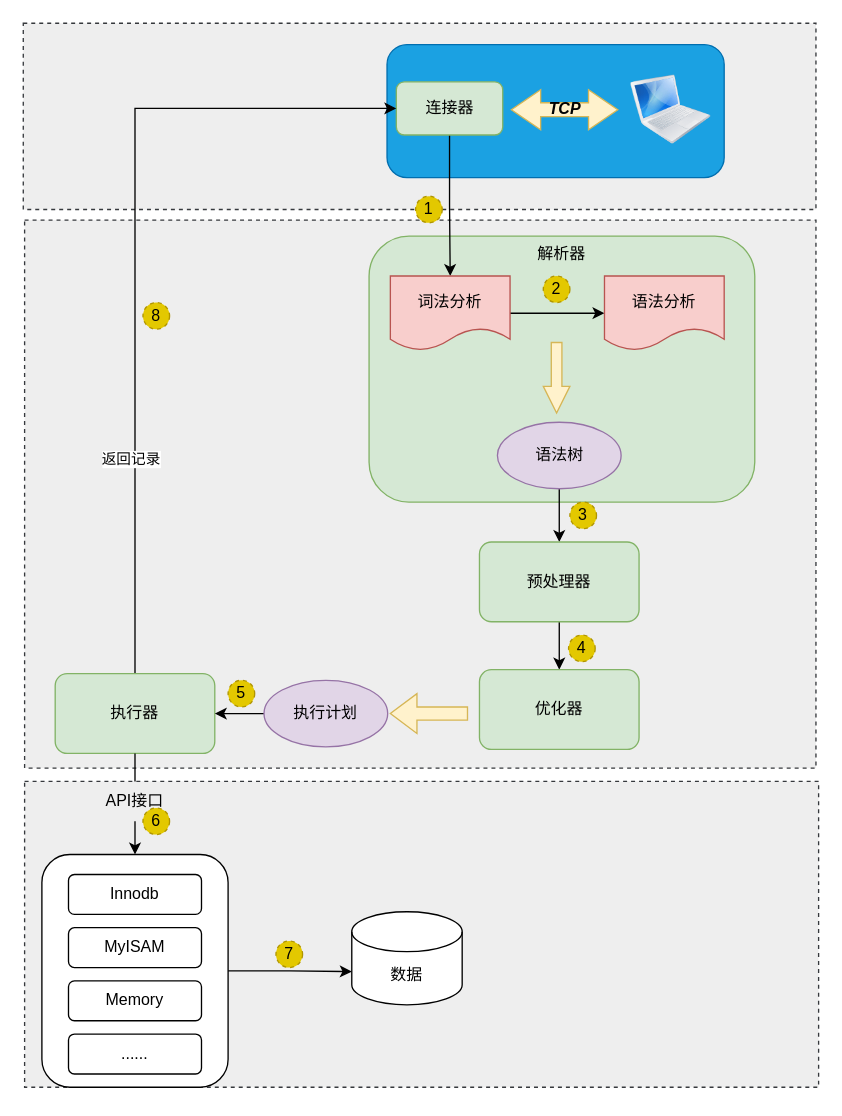
This is mysql内部架构.drawio from newbitwhite/draw-io, a draw.io file, before an edit. Source tidied: cells renumbered, new cells numbered last; positions are measured from the earlier drawing's top-left corner, leaving out a move shared by most shapes. Both pictures are drawn from the tidied source at 133%, with x=0, y=0 at pixel (23, 23).
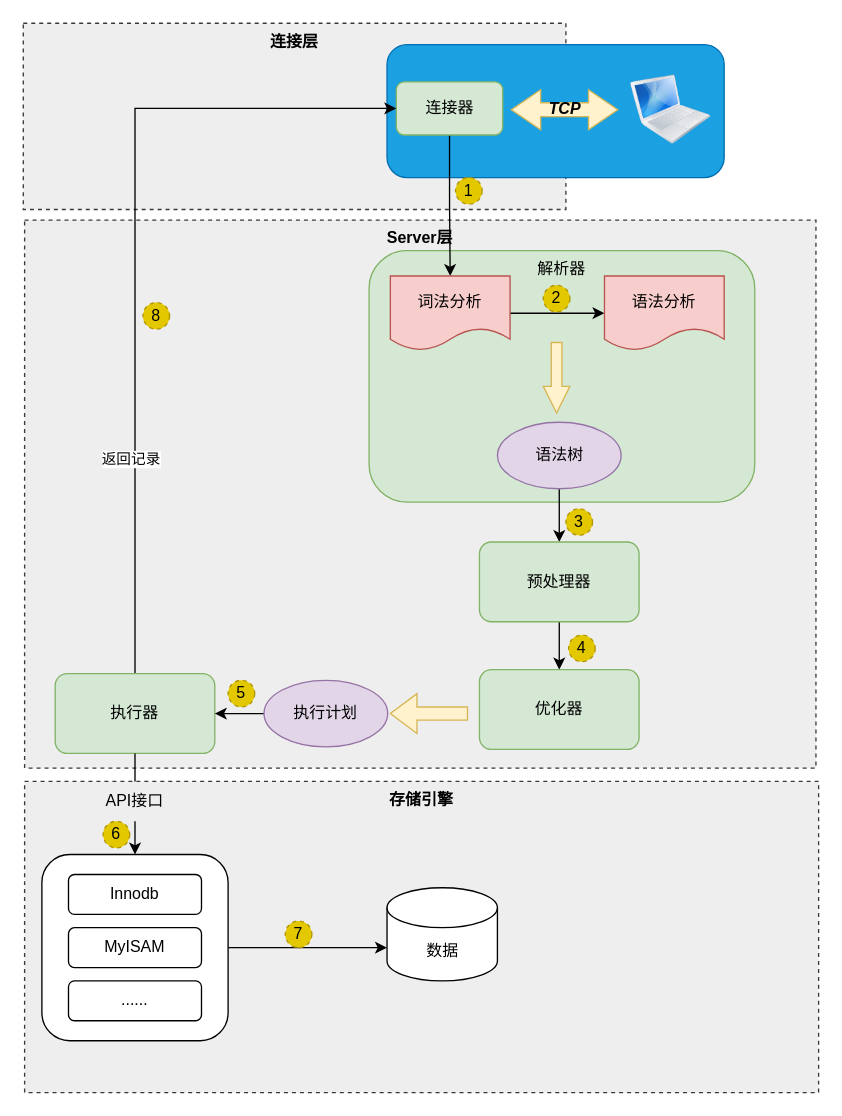
The same page after the edit.

Commit message (it also covers changes not shown here):
更新mysql内部架构.drawio

The edit, as a diff of the source:
```diff
@@
-    <mxCell id="2" style="rounded=0;whiteSpace=wrap;html=1;fillColor=#eeeeee;strokeColor=#36393d;dashed=1;" parent="1" vertex="1">
-      <mxGeometry width="596" height="140" as="geometry" />
+    <mxCell id="2" value="连接层" style="rounded=0;whiteSpace=wrap;html=1;fillColor=#eeeeee;strokeColor=#36393d;dashed=1;verticalAlign=top;fontStyle=1;" parent="1" vertex="1">
+      <mxGeometry width="408" height="140" as="geometry" />
     </mxCell>
-    <mxCell id="3" style="rounded=0;whiteSpace=wrap;html=1;fillColor=#eeeeee;strokeColor=#36393d;dashed=1;" parent="1" vertex="1">
+    <mxCell id="3" value="&lt;b style=&quot;border-color: var(--border-color);&quot;&gt;Server层&lt;/b&gt;" style="rounded=0;whiteSpace=wrap;html=1;fillColor=#eeeeee;strokeColor=#36393d;dashed=1;verticalAlign=top;" parent="1" vertex="1">
       <mxGeometry x="1" y="148" width="595" height="412" as="geometry" />
     </mxCell>
-    <mxCell id="4" style="rounded=0;whiteSpace=wrap;html=1;dashed=1;fillColor=#eeeeee;strokeColor=#36393d;" parent="1" vertex="1">
-      <mxGeometry x="1" y="570" width="597" height="230" as="geometry" />
+    <mxCell id="4" value="&lt;b&gt;存储引擎&lt;/b&gt;" style="rounded=0;whiteSpace=wrap;html=1;dashed=1;fillColor=#eeeeee;strokeColor=#36393d;verticalAlign=top;" parent="1" vertex="1">
+      <mxGeometry x="1" y="570" width="597" height="234" as="geometry" />
     </mxCell>
+    <mxCell id="8" value="解析器" style="rounded=1;whiteSpace=wrap;html=1;verticalAlign=top;fillColor=#d5e8d4;strokeColor=#82b366;" parent="1" vertex="1">
+      <mxGeometry x="260" y="171" width="290" height="189" as="geometry" />
+    </mxCell>
@@
     <mxCell id="7" style="rounded=1;whiteSpace=wrap;html=1;" parent="1" vertex="1">
-      <mxGeometry x="14" y="625" width="140" height="175" as="geometry" />
+      <mxGeometry x="14" y="625" width="140" height="140" as="geometry" />
     </mxCell>
-    <mxCell id="8" value="解析器" style="rounded=1;whiteSpace=wrap;html=1;verticalAlign=top;fillColor=#d5e8d4;strokeColor=#82b366;" parent="1" vertex="1">
-      <mxGeometry x="260" y="160" width="290" height="200" as="geometry" />
-    </mxCell>
@@
-    <mxCell id="32" value="Memory" style="rounded=1;whiteSpace=wrap;html=1;" parent="1" vertex="1">
-      <mxGeometry x="34" y="720" width="100" height="30" as="geometry" />
-    </mxCell>
     <mxCell id="33" value="......" style="rounded=1;whiteSpace=wrap;html=1;" parent="1" vertex="1">
-      <mxGeometry x="34" y="760" width="100" height="30" as="geometry" />
+      <mxGeometry x="34" y="720" width="100" height="30" as="geometry" />
     </mxCell>
     <mxCell id="34" value="数据" style="shape=cylinder3;whiteSpace=wrap;html=1;boundedLbl=1;backgroundOutline=1;size=15;" parent="1" vertex="1">
-      <mxGeometry x="247" y="668" width="83" height="70" as="geometry" />
+      <mxGeometry x="273.5" y="650" width="83" height="70" as="geometry" />
     </mxCell>
@@
     <mxCell id="36" value="1" style="ellipse;whiteSpace=wrap;html=1;fillColor=#e3c800;fontColor=#000000;strokeColor=#B09500;dashed=1;" parent="1" vertex="1">
-      <mxGeometry x="295" y="130" width="20" height="20" as="geometry" />
+      <mxGeometry x="325" y="116" width="20" height="20" as="geometry" />
     </mxCell>
     <mxCell id="37" value="2" style="ellipse;whiteSpace=wrap;html=1;fillColor=#e3c800;fontColor=#000000;strokeColor=#B09500;dashed=1;" parent="1" vertex="1">
-      <mxGeometry x="391" y="190" width="20" height="20" as="geometry" />
+      <mxGeometry x="391" y="197" width="20" height="20" as="geometry" />
     </mxCell>
     <mxCell id="38" value="3" style="ellipse;whiteSpace=wrap;html=1;fillColor=#e3c800;fontColor=#000000;strokeColor=#B09500;dashed=1;" parent="1" vertex="1">
-      <mxGeometry x="411" y="360" width="20" height="20" as="geometry" />
+      <mxGeometry x="408" y="365" width="20" height="20" as="geometry" />
     </mxCell>
@@
     <mxCell id="41" value="6" style="ellipse;whiteSpace=wrap;html=1;fillColor=#e3c800;fontColor=#000000;strokeColor=#B09500;dashed=1;" parent="1" vertex="1">
-      <mxGeometry x="90" y="590" width="20" height="20" as="geometry" />
+      <mxGeometry x="60" y="600" width="20" height="20" as="geometry" />
     </mxCell>
     <mxCell id="42" value="7" style="ellipse;whiteSpace=wrap;html=1;fillColor=#e3c800;fontColor=#000000;strokeColor=#B09500;dashed=1;" parent="1" vertex="1">
-      <mxGeometry x="190" y="690" width="20" height="20" as="geometry" />
+      <mxGeometry x="197" y="675" width="20" height="20" as="geometry" />
     </mxCell>
```
